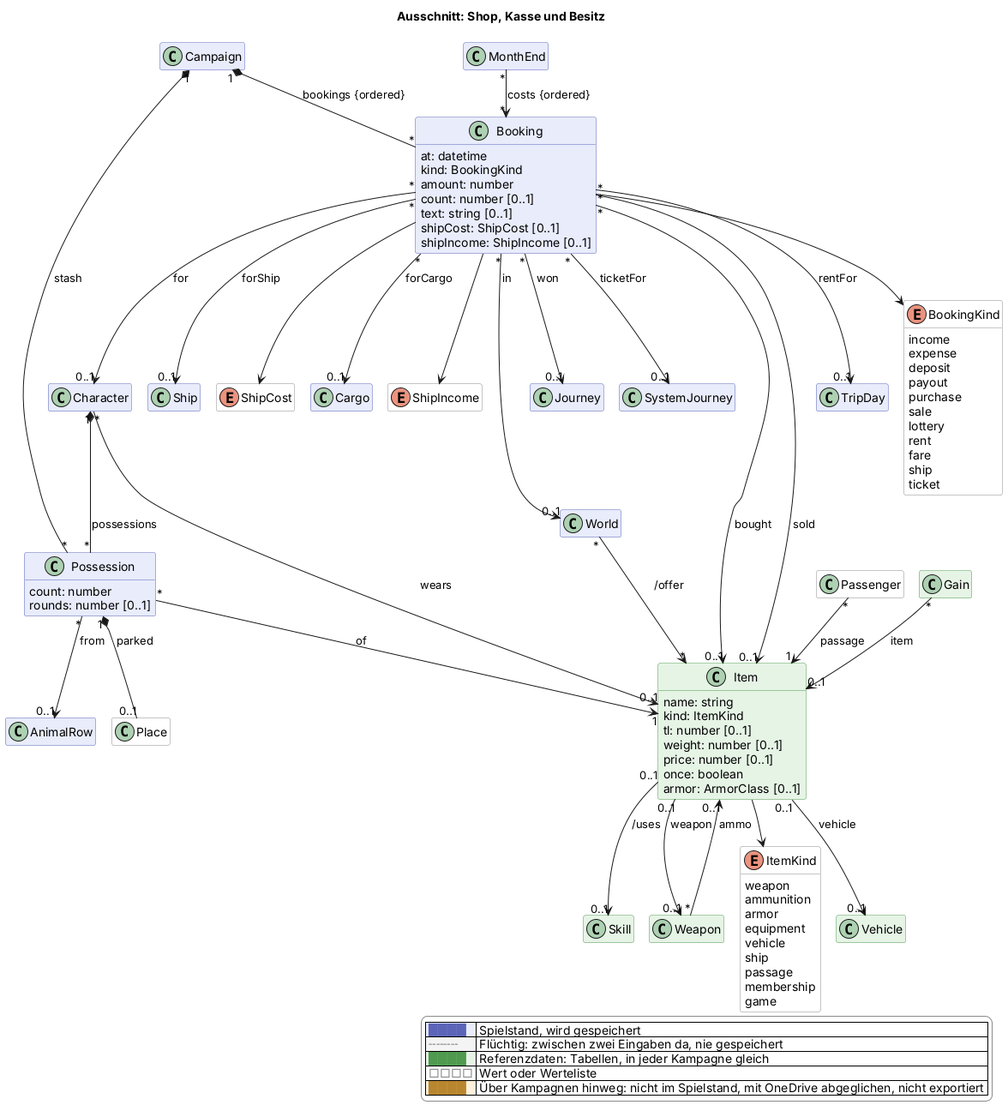
Earlier version of the PlantUML export docs/views/shop.png (scuzzar/SRE).
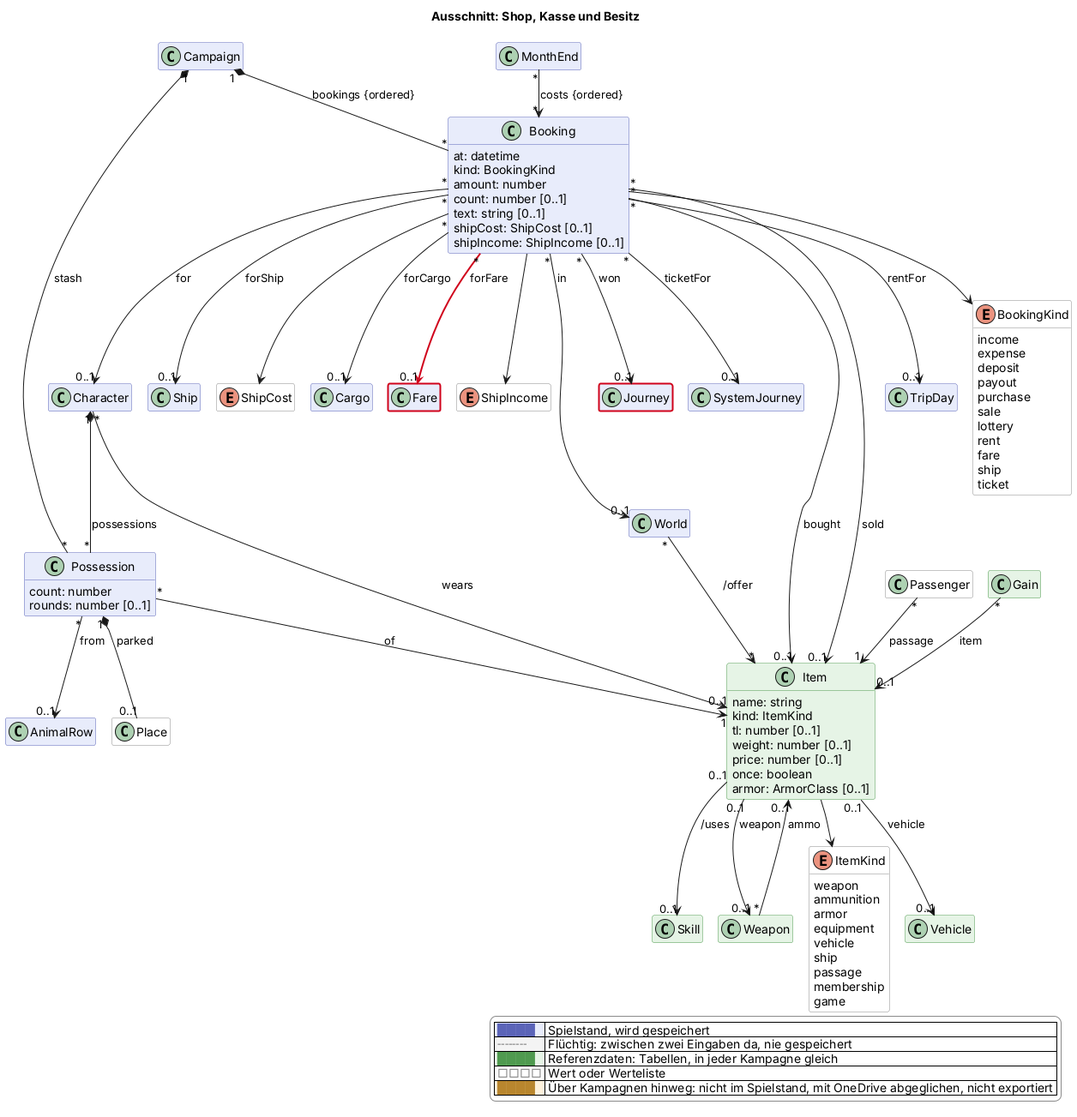
After the change.

What changed in the source:
```diff
@@ -102,6 +102,7 @@
   enum ShipCost <<value>> $schiffe
 
   class Cargo $handel
+  class Fare $handel $newClass("2026-11-27c")
   enum ShipIncome <<value>> $handel
 
 
@@ -153,6 +154,7 @@
 
 Booking "*" --> "0..1" Ship : forShip
 
+Booking "*" -$newArrow("2026-11-27c")-> "0..1" Fare : forFare
 Booking "*" --> "0..1" Cargo : forCargo
 Booking --> ShipIncome
 
@@ -195,4 +197,5 @@
   |<#ffffff> <color:#8a8a8a>□□□□</color> | Wert oder Werteliste |
   |<#fdf1dc> <color:#b8862e>████</color> | Über Kampagnen hinweg: nicht im Spielstand, mit OneDrive abgeglichen, nicht exportiert |
 endlegend
+class Journey #line:d0021b;line.bold
 @enduml
```
